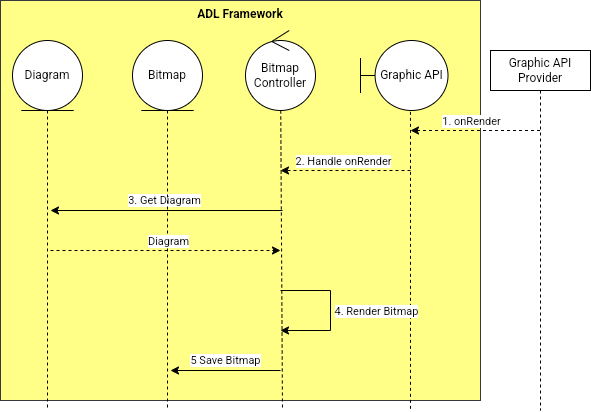
Above: CA/QA_01_2.drawio.png in phunm211/SW-Associate-Architecture (draw.io), before the change. Source tidied: cells renumbered, new cells last; positions are measured from the earlier drawing's top-left corner, leaving out a move shared by most shapes.
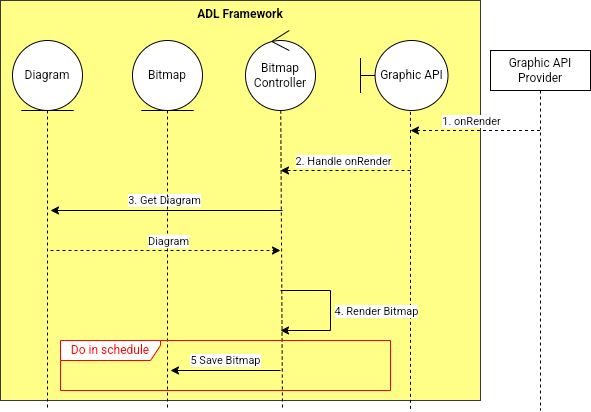
Later version of the same file.

Change to the diagram source:
```diff
@@ -114,5 +114,8 @@
         <mxPoint y="-11" as="offset" />
       </mxGeometry>
     </mxCell>
+    <mxCell id="24" value="&lt;font color=&quot;#ff0000&quot;&gt;Do in schedule&lt;/font&gt;" style="shape=umlFrame;whiteSpace=wrap;html=1;width=100;height=20;strokeColor=#FF0000;" parent="1" vertex="1">
+      <mxGeometry x="60" y="340" width="330" height="50" as="geometry" />
+    </mxCell>
   </root>
 </mxGraphModel>
```
